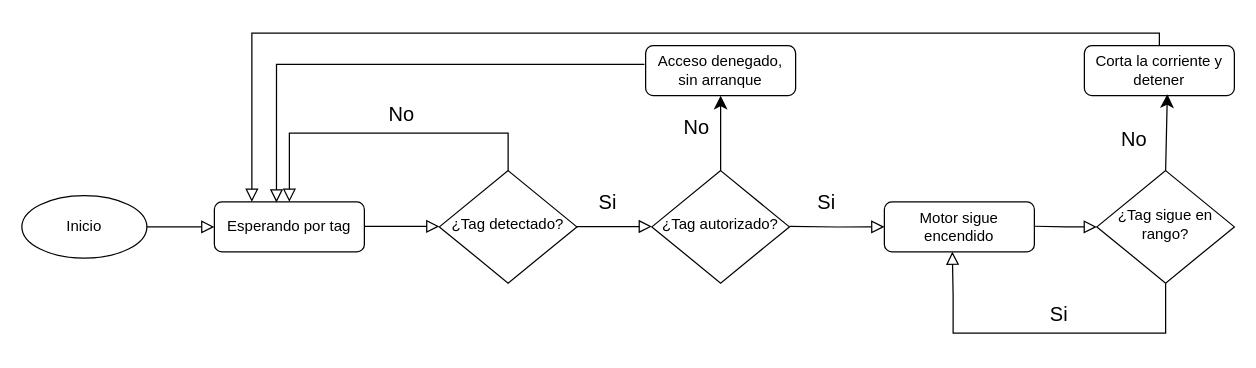
Earlier version of the draw.io diagram page "Page-1" (1 of 3) of diagramadeflujoRFID.drawio (Sasarindo00/Ingenieria-6semestre). Source tidied: cells renumbered, new cells numbered last; positions are measured from the earlier drawing's top-left corner, leaving out a move shared by most shapes. Both pictures are drawn from the tidied source at 125%, with x=0, y=0 at pixel (21, 32).
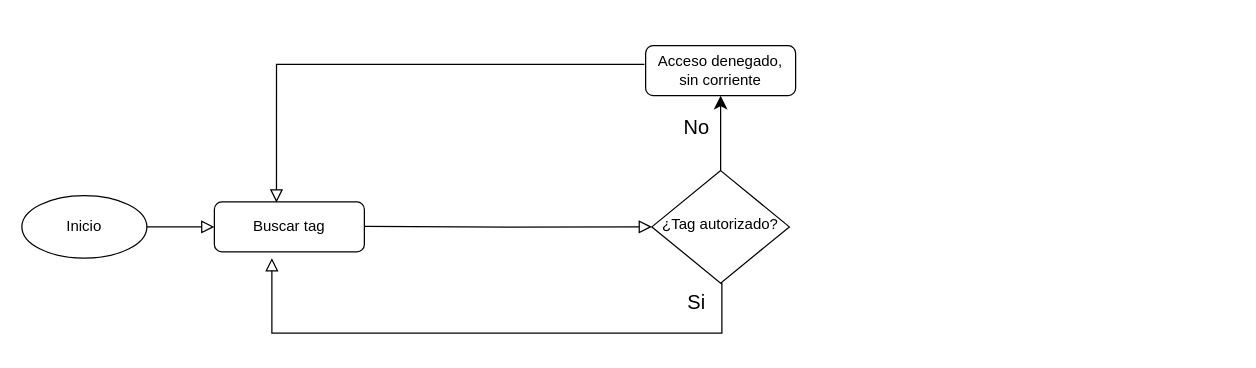
The same page after the edit.

Unchanged cells that the change refers to:
```xml
<mxCell id="7" value="¿Tag autorizado?" style="rhombus;whiteSpace=wrap;html=1;shadow=0;fontFamily=Helvetica;fontSize=12;align=center;strokeWidth=1;spacing=6;spacingTop=-4;" parent="1" vertex="1">
  <mxGeometry x="504" y="110" width="110" height="90" as="geometry" />
</mxCell>
```

Change to the diagram source:
```diff
@@
-    <mxCell id="3" value="Esperando por tag" style="rounded=1;whiteSpace=wrap;html=1;fontSize=12;glass=0;strokeWidth=1;shadow=0;" parent="1" vertex="1">
+    <mxCell id="3" value="Buscar tag" style="rounded=1;whiteSpace=wrap;html=1;fontSize=12;glass=0;strokeWidth=1;shadow=0;" parent="1" vertex="1">
       <mxGeometry x="154" y="135" width="120" height="40" as="geometry" />
     </mxCell>
-    <mxCell id="4" value="¿Tag detectado?" style="rhombus;whiteSpace=wrap;html=1;shadow=0;fontFamily=Helvetica;fontSize=12;align=center;strokeWidth=1;spacing=6;spacingTop=-4;" parent="1" vertex="1">
-      <mxGeometry x="334" y="110" width="110" height="90" as="geometry" />
-    </mxCell>
-    <mxCell id="5" style="rounded=0;html=1;jettySize=auto;orthogonalLoop=1;fontSize=11;endArrow=block;endFill=0;endSize=8;strokeWidth=1;shadow=0;labelBackgroundColor=none;edgeStyle=orthogonalEdgeStyle;" parent="1" edge="1">
-      <mxGeometry relative="1" as="geometry">
-        <mxPoint x="614" y="154.6" as="sourcePoint" />
-        <mxPoint x="690" y="155" as="targetPoint" />
-      </mxGeometry>
-    </mxCell>
@@
-    <mxCell id="9" style="rounded=0;html=1;jettySize=auto;fontSize=11;endArrow=block;endFill=0;endSize=8;strokeWidth=1;shadow=0;labelBackgroundColor=none;edgeStyle=orthogonalEdgeStyle;exitX=0.5;exitY=0;exitDx=0;exitDy=0;entryX=0.5;entryY=0;entryDx=0;entryDy=0;" parent="1" edge="1" source="4" target="3">
-      <mxGeometry relative="1" as="geometry">
-        <Array as="points">
-          <mxPoint x="389" y="80" />
-          <mxPoint x="214" y="80" />
-        </Array>
-      </mxGeometry>
-    </mxCell>
-    <mxCell id="10" value="Acceso denegado, sin arranque" style="rounded=1;whiteSpace=wrap;html=1;fontSize=12;glass=0;strokeWidth=1;shadow=0;" parent="1" vertex="1">
+    <mxCell id="10" value="Acceso denegado, sin corriente" style="rounded=1;whiteSpace=wrap;html=1;fontSize=12;glass=0;strokeWidth=1;shadow=0;" parent="1" vertex="1">
       <mxGeometry x="499" y="10" width="120" height="40" as="geometry" />
     </mxCell>
-    <mxCell id="11" value="Si" style="text;html=1;align=center;verticalAlign=middle;whiteSpace=wrap;rounded=0;fontSize=16;" parent="1" vertex="1">
-      <mxGeometry x="439" y="120" width="60" height="30" as="geometry" />
-    </mxCell>
-    <mxCell id="12" value="No" style="text;html=1;align=center;verticalAlign=middle;whiteSpace=wrap;rounded=0;fontSize=16;" parent="1" vertex="1">
-      <mxGeometry x="860" y="70" width="60" height="30" as="geometry" />
-    </mxCell>
     <mxCell id="13" value="Si" style="text;html=1;align=center;verticalAlign=middle;whiteSpace=wrap;rounded=0;fontSize=16;" parent="1" vertex="1">
-      <mxGeometry x="614" y="120" width="60" height="30" as="geometry" />
+      <mxGeometry x="510" y="200" width="60" height="30" as="geometry" />
     </mxCell>
-    <mxCell id="14" value="No" style="text;html=1;align=center;verticalAlign=middle;whiteSpace=wrap;rounded=0;fontSize=16;" parent="1" vertex="1">
-      <mxGeometry x="274" y="50" width="60" height="30" as="geometry" />
-    </mxCell>
-    <mxCell id="15" value="Motor sigue encendido" style="rounded=1;whiteSpace=wrap;html=1;fontSize=12;glass=0;strokeWidth=1;shadow=0;" parent="1" vertex="1">
-      <mxGeometry x="690" y="135" width="120" height="40" as="geometry" />
-    </mxCell>
-    <mxCell id="16" value="¿Tag sigue en rango?" style="rhombus;whiteSpace=wrap;html=1;shadow=0;fontFamily=Helvetica;fontSize=12;align=center;strokeWidth=1;spacing=6;spacingTop=-4;" parent="1" vertex="1">
-      <mxGeometry x="860" y="110" width="110" height="90" as="geometry" />
-    </mxCell>
-    <mxCell id="17" value="Si" style="text;html=1;align=center;verticalAlign=middle;whiteSpace=wrap;rounded=0;fontSize=16;" parent="1" vertex="1">
-      <mxGeometry x="800" y="210" width="60" height="30" as="geometry" />
-    </mxCell>
-    <mxCell id="18" value="Corta la corriente y detener" style="rounded=1;whiteSpace=wrap;html=1;fontSize=12;glass=0;strokeWidth=1;shadow=0;" parent="1" vertex="1">
-      <mxGeometry x="850" y="10" width="120" height="40" as="geometry" />
-    </mxCell>
-    <mxCell id="19" style="rounded=0;html=1;jettySize=auto;orthogonalLoop=1;fontSize=11;endArrow=block;endFill=0;endSize=8;strokeWidth=1;shadow=0;labelBackgroundColor=none;edgeStyle=orthogonalEdgeStyle;" parent="1" edge="1">
+    <mxCell id="19" style="rounded=0;html=1;jettySize=auto;fontSize=11;endArrow=block;endFill=0;endSize=8;strokeWidth=1;shadow=0;labelBackgroundColor=none;edgeStyle=orthogonalEdgeStyle;entryX=0;entryY=0.5;entryDx=0;entryDy=0;" parent="1" edge="1" target="7">
       <mxGeometry relative="1" as="geometry">
         <mxPoint x="274" y="154.6" as="sourcePoint" />
-        <mxPoint x="334" y="154.6" as="targetPoint" />
       </mxGeometry>
     </mxCell>
-    <mxCell id="20" style="rounded=0;html=1;jettySize=auto;orthogonalLoop=1;fontSize=11;endArrow=block;endFill=0;endSize=8;strokeWidth=1;shadow=0;labelBackgroundColor=none;edgeStyle=orthogonalEdgeStyle;" parent="1" edge="1">
-      <mxGeometry relative="1" as="geometry">
-        <mxPoint x="444" y="154.7" as="sourcePoint" />
-        <mxPoint x="504" y="154.7" as="targetPoint" />
-      </mxGeometry>
-    </mxCell>
@@
-    <mxCell id="22" style="rounded=0;html=1;jettySize=auto;orthogonalLoop=1;fontSize=11;endArrow=block;endFill=0;endSize=8;strokeWidth=1;shadow=0;labelBackgroundColor=none;edgeStyle=orthogonalEdgeStyle;" parent="1" edge="1">
-      <mxGeometry relative="1" as="geometry">
-        <mxPoint x="810" y="154.5" as="sourcePoint" />
-        <mxPoint x="860" y="155" as="targetPoint" />
-      </mxGeometry>
-    </mxCell>
-    <mxCell id="23" style="edgeStyle=none;curved=1;rounded=0;jettySize=auto;html=1;exitX=0.5;exitY=0;exitDx=0;exitDy=0;entryX=0.553;entryY=0.971;entryDx=0;entryDy=0;entryPerimeter=0;fontSize=12;startSize=8;endSize=8;" parent="1" edge="1" source="16" target="18">
-      <mxGeometry relative="1" as="geometry" />
-    </mxCell>
-    <mxCell id="24" style="rounded=0;html=1;jettySize=auto;fontSize=11;endArrow=block;endFill=0;endSize=8;strokeWidth=1;shadow=0;labelBackgroundColor=none;edgeStyle=orthogonalEdgeStyle;exitX=0.5;exitY=0;exitDx=0;exitDy=0;entryX=0.25;entryY=0;entryDx=0;entryDy=0;" parent="1" edge="1" source="18" target="3">
-      <mxGeometry relative="1" as="geometry">
-        <Array as="points">
-          <mxPoint x="910" />
-          <mxPoint x="184" />
-        </Array>
-      </mxGeometry>
-    </mxCell>
@@
-    <mxCell id="26" style="rounded=0;html=1;jettySize=auto;fontSize=11;endArrow=block;endFill=0;endSize=8;strokeWidth=1;shadow=0;labelBackgroundColor=none;edgeStyle=orthogonalEdgeStyle;exitX=0.5;exitY=1;exitDx=0;exitDy=0;entryX=0.453;entryY=0.996;entryDx=0;entryDy=0;entryPerimeter=0;" parent="1" edge="1" source="16" target="15">
+    <mxCell id="26" style="rounded=0;html=1;jettySize=auto;fontSize=11;endArrow=block;endFill=0;endSize=8;strokeWidth=1;shadow=0;labelBackgroundColor=none;edgeStyle=orthogonalEdgeStyle;exitX=0.5;exitY=1;exitDx=0;exitDy=0;" parent="1" edge="1" source="7">
       <mxGeometry relative="1" as="geometry">
+        <mxPoint x="200" y="180" as="targetPoint" />
         <Array as="points">
-          <mxPoint x="915" y="240" />
-          <mxPoint x="745" y="240" />
-          <mxPoint x="745" y="210" />
-          <mxPoint x="744" y="210" />
+          <mxPoint x="560" y="200" />
+          <mxPoint x="560" y="240" />
+          <mxPoint x="200" y="240" />
         </Array>
       </mxGeometry>
     </mxCell>
```
